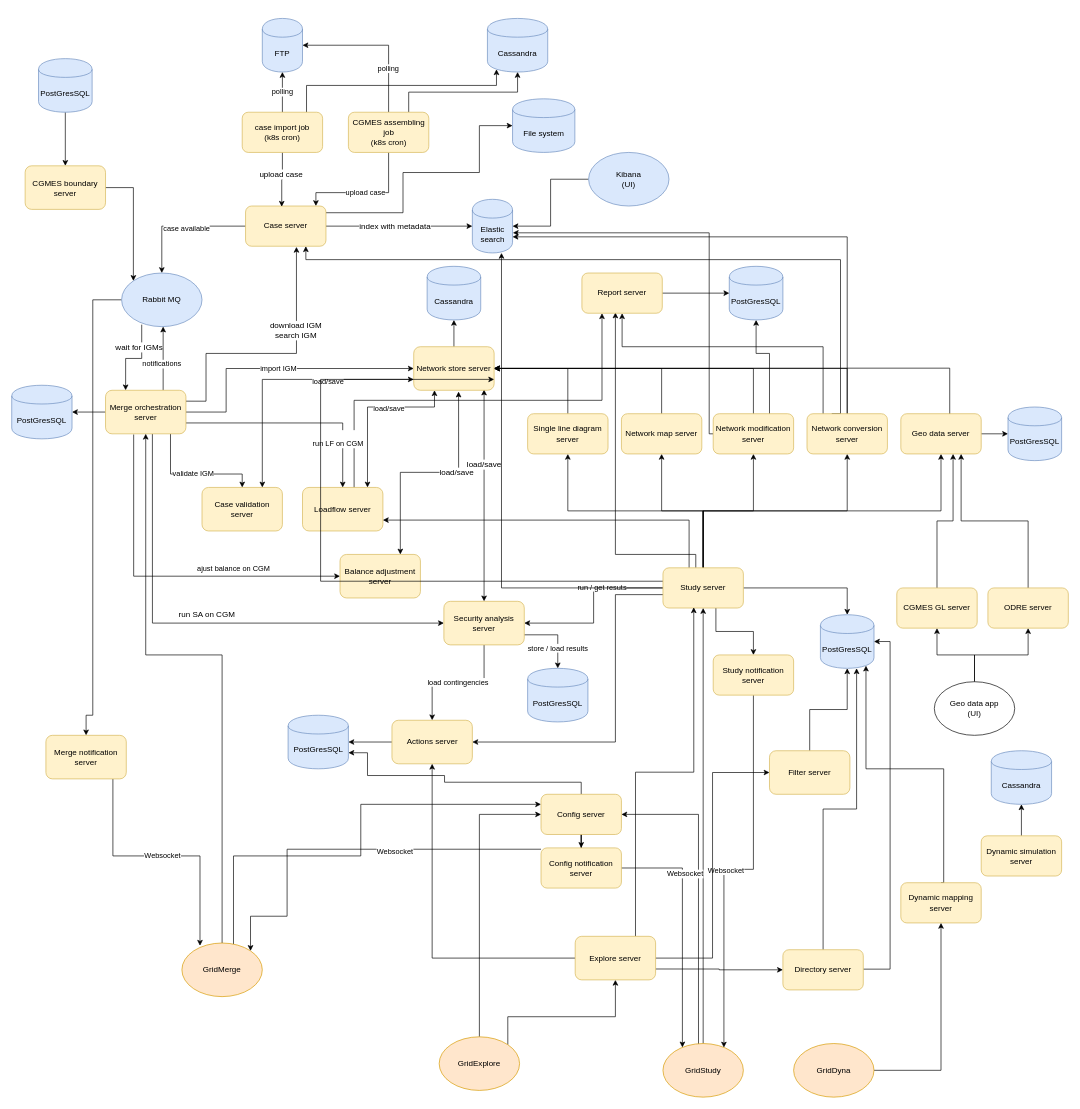
Above: diagrams/gridsuite_architecture.drawio in gridsuite/documentation (draw.io), before the change. Source tidied: cells renumbered, new cells numbered last; positions are measured from the earlier drawing's top-left corner, leaving out a move shared by most shapes. Both pictures are drawn from the tidied source at 67%, with x=0, y=0 at pixel (11, 18).
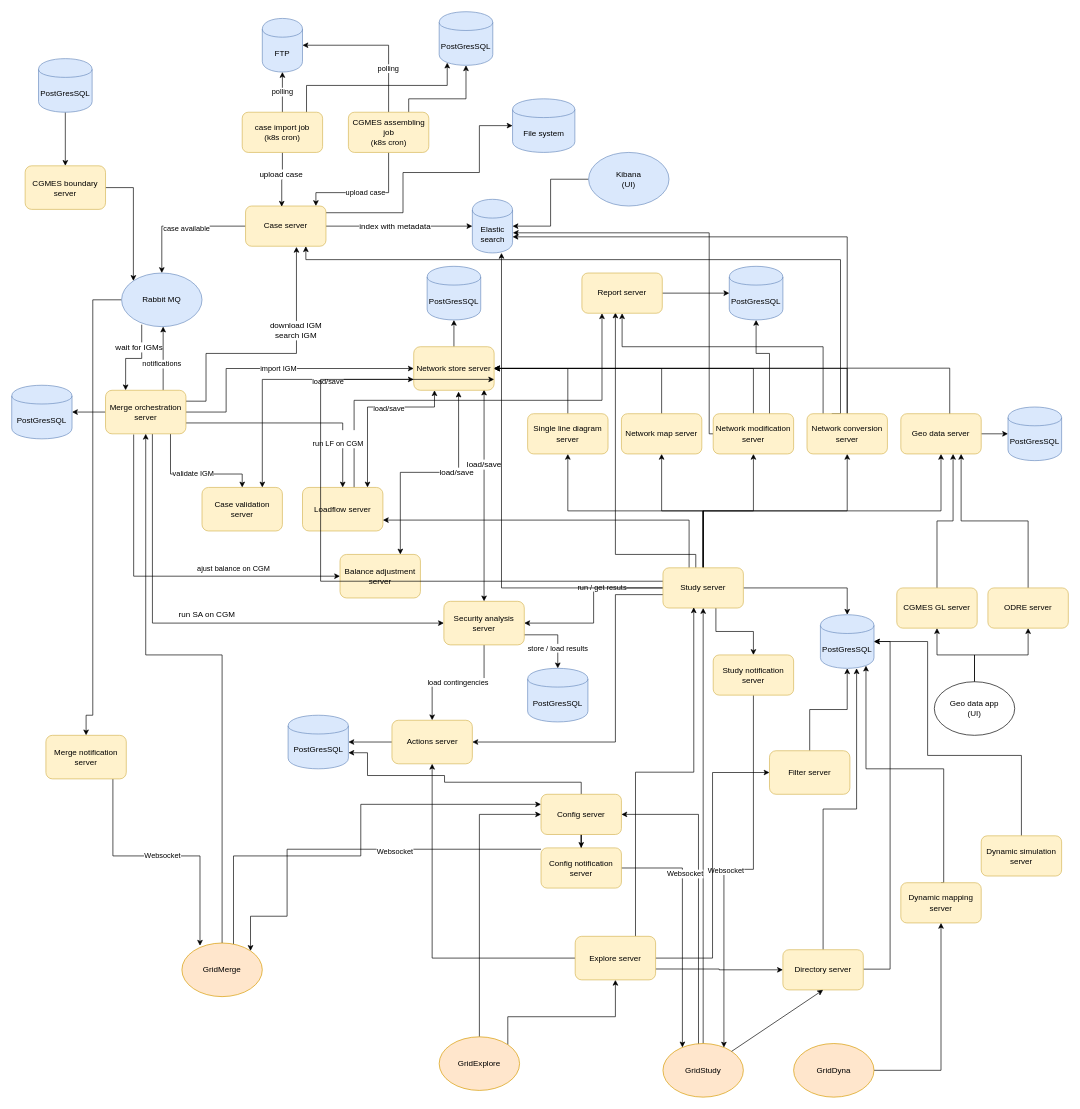
The same diagram, later.

Commit message (it also covers changes not shown here):
feat(diagram): replace cassandra blocks with Postgres ones. Add a dependency between GridStudy and directory-server (get contingency lists for SA)

Unchanged cells that the change refers to:
```xml
<mxCell id="18" value="&lt;div&gt;case import job&lt;br&gt;&lt;/div&gt;&lt;div&gt;(k8s cron)&lt;/div&gt;" style="rounded=1;whiteSpace=wrap;html=1;fillColor=#fff2cc;strokeColor=#d6b656;" parent="1" vertex="1">
  <mxGeometry x="344" y="140" width="120" height="60" as="geometry" />
</mxCell>
<mxCell id="34" value="Network store server" style="rounded=1;whiteSpace=wrap;html=1;fillColor=#fff2cc;strokeColor=#d6b656;" parent="1" vertex="1">
  <mxGeometry x="600" y="490" width="120" height="65" as="geometry" />
</mxCell>
<mxCell id="63" value="&lt;div&gt;CGMES assembling job&lt;br&gt;&lt;/div&gt;&lt;div&gt;(k8s cron)&lt;/div&gt;" style="rounded=1;whiteSpace=wrap;html=1;fillColor=#fff2cc;strokeColor=#d6b656;" parent="1" vertex="1">
  <mxGeometry x="502.5" y="140" width="120" height="60" as="geometry" />
</mxCell>
<mxCell id="111" value="GridStudy" style="ellipse;whiteSpace=wrap;html=1;fillColor=#ffe6cc;strokeColor=#d79b00;" parent="1" vertex="1">
  <mxGeometry x="972" y="1530" width="120" height="80" as="geometry" />
</mxCell>
<mxCell id="122" value="PostGresSQL" style="shape=cylinder;whiteSpace=wrap;html=1;boundedLbl=1;backgroundOutline=1;fillColor=#dae8fc;strokeColor=#6c8ebf;" parent="1" vertex="1">
  <mxGeometry x="1207" y="890" width="80" height="80" as="geometry" />
</mxCell>
<mxCell id="132" value="Directory server" style="rounded=1;whiteSpace=wrap;html=1;fillColor=#fff2cc;strokeColor=#d6b656;" parent="1" vertex="1">
  <mxGeometry x="1151" y="1390" width="120" height="60" as="geometry" />
</mxCell>
<mxCell id="148" value="Dynamic simulation server" style="rounded=1;whiteSpace=wrap;html=1;fillColor=#fff2cc;strokeColor=#d6b656;" parent="1" vertex="1">
  <mxGeometry x="1447" y="1220" width="120" height="60" as="geometry" />
</mxCell>
```

The edit, as a diff of the source:
```diff
@@
-    <mxCell id="16" style="edgeStyle=orthogonalEdgeStyle;rounded=0;jettySize=auto;html=1;entryX=0.15;entryY=0.95;entryDx=0;entryDy=0;entryPerimeter=0;" parent="1" edge="1" source="18" target="50">
+    <mxCell id="16" style="edgeStyle=orthogonalEdgeStyle;rounded=0;jettySize=auto;html=1;entryX=0.15;entryY=0.95;entryDx=0;entryDy=0;entryPerimeter=0;" parent="1" edge="1" source="18" target="153">
       <mxGeometry relative="1" as="geometry">
         <Array as="points">
           <mxPoint x="440" y="100" />
-          <mxPoint x="724" y="100" />
+          <mxPoint x="650" y="100" />
         </Array>
       </mxGeometry>
     </mxCell>
@@
-    <mxCell id="31" style="edgeStyle=orthogonalEdgeStyle;rounded=0;jettySize=auto;html=1;entryX=0.5;entryY=1;entryDx=0;entryDy=0;strokeColor=#000000;fontColor=#000000;" parent="1" edge="1" source="34" target="40">
+    <mxCell id="31" style="edgeStyle=orthogonalEdgeStyle;rounded=0;jettySize=auto;html=1;strokeColor=#000000;fontColor=#000000;entryX=0.5;entryY=1;entryDx=0;entryDy=0;" parent="1" edge="1" source="34" target="154">
       <mxGeometry relative="1" as="geometry" />
     </mxCell>
@@
-    <mxCell id="40" value="Cassandra" style="shape=cylinder;whiteSpace=wrap;html=1;boundedLbl=1;backgroundOutline=1;fillColor=#dae8fc;strokeColor=#6c8ebf;" parent="1" vertex="1">
-      <mxGeometry x="620" y="370" width="80" height="80" as="geometry" />
-    </mxCell>
@@
-    <mxCell id="50" value="Cassandra" style="shape=cylinder;whiteSpace=wrap;html=1;boundedLbl=1;backgroundOutline=1;fillColor=#dae8fc;strokeColor=#6c8ebf;" parent="1" vertex="1">
-      <mxGeometry x="710" width="90" height="80" as="geometry" />
-    </mxCell>
@@
-    <mxCell id="60" style="edgeStyle=orthogonalEdgeStyle;rounded=0;jettySize=auto;html=1;startArrow=none;startFill=0;strokeColor=#000000;fontColor=#000000;exitX=0.75;exitY=0;exitDx=0;exitDy=0;" parent="1" edge="1" source="63" target="50">
-      <mxGeometry relative="1" as="geometry" />
+    <mxCell id="60" style="edgeStyle=orthogonalEdgeStyle;rounded=0;jettySize=auto;html=1;startArrow=none;startFill=0;strokeColor=#000000;fontColor=#000000;exitX=0.75;exitY=0;exitDx=0;exitDy=0;" parent="1" edge="1" source="63" target="153">
+      <mxGeometry relative="1" as="geometry">
+        <Array as="points">
+          <mxPoint x="593" y="120" />
+          <mxPoint x="678" y="120" />
+        </Array>
+      </mxGeometry>
     </mxCell>
@@
-    <mxCell id="147" style="edgeStyle=orthogonalEdgeStyle;rounded=0;jettySize=auto;html=1;entryX=0.5;entryY=1;entryDx=0;entryDy=0;" parent="1" edge="1" source="148" target="149">
-      <mxGeometry relative="1" as="geometry" />
+    <mxCell id="147" style="edgeStyle=orthogonalEdgeStyle;rounded=0;jettySize=auto;html=1;entryX=1;entryY=0.5;entryDx=0;entryDy=0;" parent="1" edge="1" source="148" target="122">
+      <mxGeometry relative="1" as="geometry">
+        <Array as="points">
+          <mxPoint x="1507" y="1100" />
+          <mxPoint x="1367" y="1100" />
+          <mxPoint x="1367" y="930" />
+        </Array>
+      </mxGeometry>
     </mxCell>
@@
-    <mxCell id="149" value="Cassandra" style="shape=cylinder;whiteSpace=wrap;html=1;boundedLbl=1;backgroundOutline=1;fillColor=#dae8fc;strokeColor=#6c8ebf;" parent="1" vertex="1">
-      <mxGeometry x="1462" y="1093" width="90" height="80" as="geometry" />
-    </mxCell>
@@
+    <mxCell id="152" style="endArrow=classic;html=1;rounded=0;exitX=1;exitY=0;exitDx=0;exitDy=0;entryX=0.5;entryY=1;entryDx=0;entryDy=0;" parent="1" edge="1" source="111" target="132">
+      <mxGeometry relative="1" as="geometry" />
+    </mxCell>
+    <mxCell id="153" value="PostGresSQL" style="shape=cylinder;whiteSpace=wrap;html=1;boundedLbl=1;backgroundOutline=1;fillColor=#dae8fc;strokeColor=#6c8ebf;" parent="1" vertex="1">
+      <mxGeometry x="638" y="-10" width="80" height="80" as="geometry" />
+    </mxCell>
+    <mxCell id="154" value="PostGresSQL" style="shape=cylinder;whiteSpace=wrap;html=1;boundedLbl=1;backgroundOutline=1;fillColor=#dae8fc;strokeColor=#6c8ebf;" parent="1" vertex="1">
+      <mxGeometry x="620" y="370" width="80" height="80" as="geometry" />
+    </mxCell>
```
